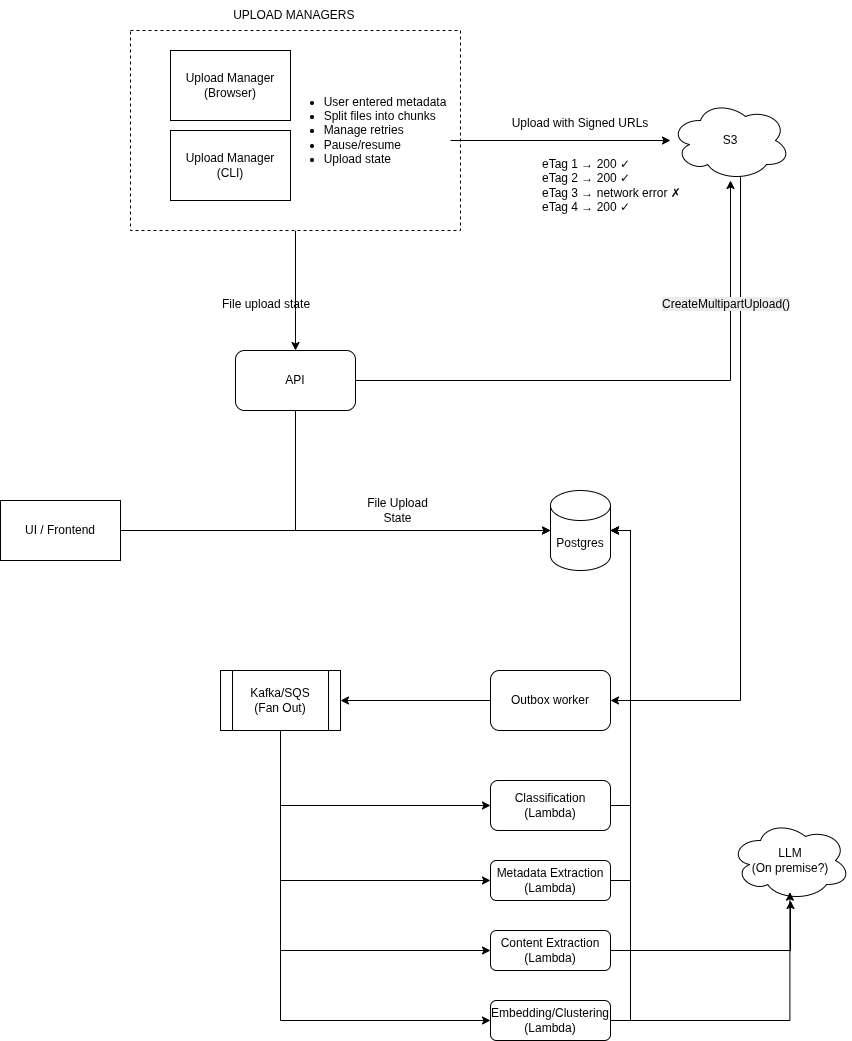
This is diagrams/infra-diagram.png from mbassan/matrix-takehome, a draw.io export, as it was before one commit. Source tidied: cells renumbered, new cells last; positions are measured from the earlier drawing's top-left corner, leaving out a move shared by most shapes.
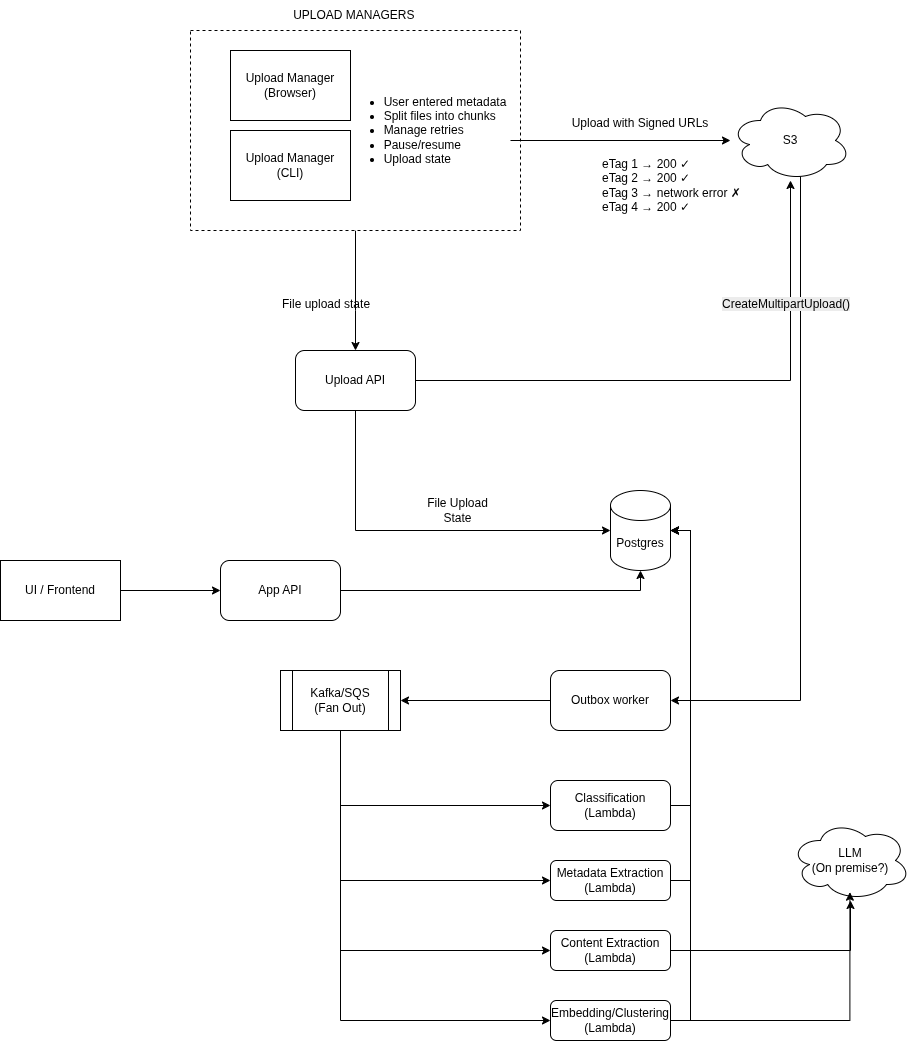
The same diagram one commit later.

Commit message:
Forgot App API in infra diagram.

The edit, as a diff of the source:
```diff
@@ -30,7 +30,7 @@
     <mxCell id="7" style="edgeStyle=orthogonalEdgeStyle;rounded=0;jettySize=auto;html=1;" parent="1" edge="1" source="8" target="6">
       <mxGeometry relative="1" as="geometry" />
     </mxCell>
-    <mxCell id="8" value="API" style="rounded=1;whiteSpace=wrap;html=1;" parent="1" vertex="1">
+    <mxCell id="8" value="Upload API" style="rounded=1;whiteSpace=wrap;html=1;" parent="1" vertex="1">
       <mxGeometry x="235" y="350" width="120" height="60" as="geometry" />
     </mxCell>
     <mxCell id="9" value="Upload Manager (CLI)" style="rounded=0;whiteSpace=wrap;html=1;" parent="1" vertex="1">
@@ -83,12 +83,12 @@
     <mxCell id="24" value="Kafka/SQS&lt;div&gt;(Fan Out)&lt;/div&gt;" style="shape=process;whiteSpace=wrap;html=1;backgroundOutline=1;" parent="1" vertex="1">
       <mxGeometry x="220" y="670" width="120" height="60" as="geometry" />
     </mxCell>
+    <mxCell id="40" style="edgeStyle=orthogonalEdgeStyle;rounded=0;jettySize=auto;html=1;entryX=0;entryY=0.5;entryDx=0;entryDy=0;" parent="1" edge="1" source="25" target="41">
+      <mxGeometry relative="1" as="geometry" />
+    </mxCell>
     <mxCell id="25" value="UI / Frontend" style="rounded=0;whiteSpace=wrap;html=1;" parent="1" vertex="1">
-      <mxGeometry y="500" width="120" height="60" as="geometry" />
+      <mxGeometry x="-60" y="560" width="120" height="60" as="geometry" />
     </mxCell>
-    <mxCell id="26" style="edgeStyle=orthogonalEdgeStyle;rounded=0;jettySize=auto;html=1;entryX=0;entryY=0.5;entryDx=0;entryDy=0;entryPerimeter=0;" parent="1" edge="1" source="25" target="16">
-      <mxGeometry relative="1" as="geometry" />
-    </mxCell>
     <mxCell id="27" style="edgeStyle=orthogonalEdgeStyle;rounded=0;jettySize=auto;html=1;" parent="1" edge="1" source="28" target="24">
       <mxGeometry relative="1" as="geometry" />
     </mxCell>
@@ -128,5 +128,11 @@
     <mxCell id="39" style="edgeStyle=orthogonalEdgeStyle;rounded=0;jettySize=auto;html=1;entryX=0.495;entryY=0.896;entryDx=0;entryDy=0;entryPerimeter=0;" parent="1" edge="1" source="33" target="38">
       <mxGeometry relative="1" as="geometry" />
     </mxCell>
+    <mxCell id="41" value="App API" style="rounded=1;whiteSpace=wrap;html=1;" parent="1" vertex="1">
+      <mxGeometry x="160" y="560" width="120" height="60" as="geometry" />
+    </mxCell>
+    <mxCell id="42" style="edgeStyle=orthogonalEdgeStyle;rounded=0;jettySize=auto;html=1;entryX=0.5;entryY=1;entryDx=0;entryDy=0;entryPerimeter=0;" parent="1" edge="1" source="41" target="16">
+      <mxGeometry relative="1" as="geometry" />
+    </mxCell>
   </root>
 </mxGraphModel>
```
